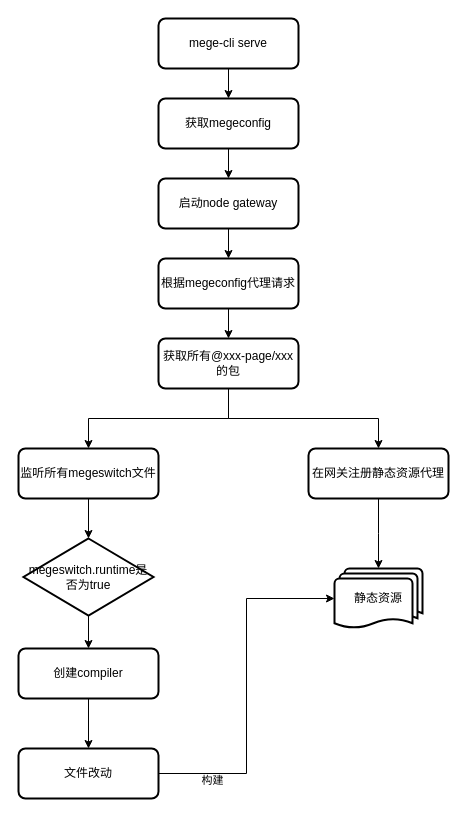
wangzhenxi/gaspy keeps this draw.io diagram as design/frame.drawio. Above is the earlier version. Source tidied: cells renumbered, new cells numbered last; positions are measured from the earlier drawing's top-left corner, leaving out a move shared by most shapes. Both pictures are drawn from the tidied source at 100%, with x=0, y=0 at pixel (18, 18).
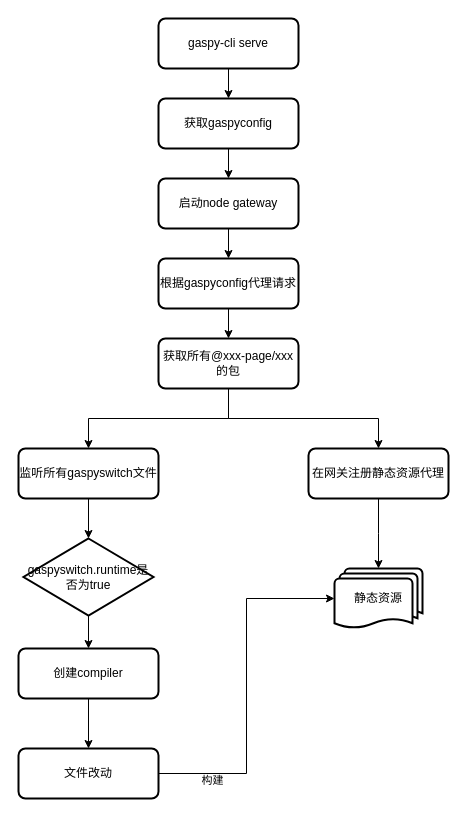
The same page after the edit.

Diff of the diagram source:
```diff
@@
-    <mxCell id="7" value="mege-cli serve" style="rounded=1;whiteSpace=wrap;html=1;absoluteArcSize=1;arcSize=14;strokeWidth=2;" parent="1" vertex="1">
+    <mxCell id="7" value="gaspy-cli serve" style="rounded=1;whiteSpace=wrap;html=1;absoluteArcSize=1;arcSize=14;strokeWidth=2;" parent="1" vertex="1">
       <mxGeometry x="140" width="140" height="50" as="geometry" />
     </mxCell>
@@
-    <mxCell id="9" value="监听所有megeswitch文件" style="rounded=1;whiteSpace=wrap;html=1;absoluteArcSize=1;arcSize=14;strokeWidth=2;" parent="1" vertex="1">
+    <mxCell id="9" value="监听所有gaspyswitch文件" style="rounded=1;whiteSpace=wrap;html=1;absoluteArcSize=1;arcSize=14;strokeWidth=2;" parent="1" vertex="1">
       <mxGeometry y="430" width="140" height="50" as="geometry" />
     </mxCell>
@@
-    <mxCell id="16" value="megeswitch.runtime是否为true" style="strokeWidth=2;html=1;shape=mxgraph.flowchart.decision;whiteSpace=wrap;" parent="1" vertex="1">
+    <mxCell id="16" value="gaspyswitch.runtime是否为true" style="strokeWidth=2;html=1;shape=mxgraph.flowchart.decision;whiteSpace=wrap;" parent="1" vertex="1">
       <mxGeometry x="5" y="520" width="130" height="77" as="geometry" />
     </mxCell>
@@
-    <mxCell id="22" value="获取megeconfig" style="rounded=1;whiteSpace=wrap;html=1;absoluteArcSize=1;arcSize=14;strokeWidth=2;" parent="1" vertex="1">
+    <mxCell id="22" value="获取gaspyconfig" style="rounded=1;whiteSpace=wrap;html=1;absoluteArcSize=1;arcSize=14;strokeWidth=2;" parent="1" vertex="1">
       <mxGeometry x="140" y="80" width="140" height="50" as="geometry" />
     </mxCell>
@@
-    <mxCell id="24" value="根据megeconfig代理请求" style="rounded=1;whiteSpace=wrap;html=1;absoluteArcSize=1;arcSize=14;strokeWidth=2;" parent="1" vertex="1">
+    <mxCell id="24" value="根据gaspyconfig代理请求" style="rounded=1;whiteSpace=wrap;html=1;absoluteArcSize=1;arcSize=14;strokeWidth=2;" parent="1" vertex="1">
       <mxGeometry x="140" y="240" width="140" height="50" as="geometry" />
     </mxCell>
```
